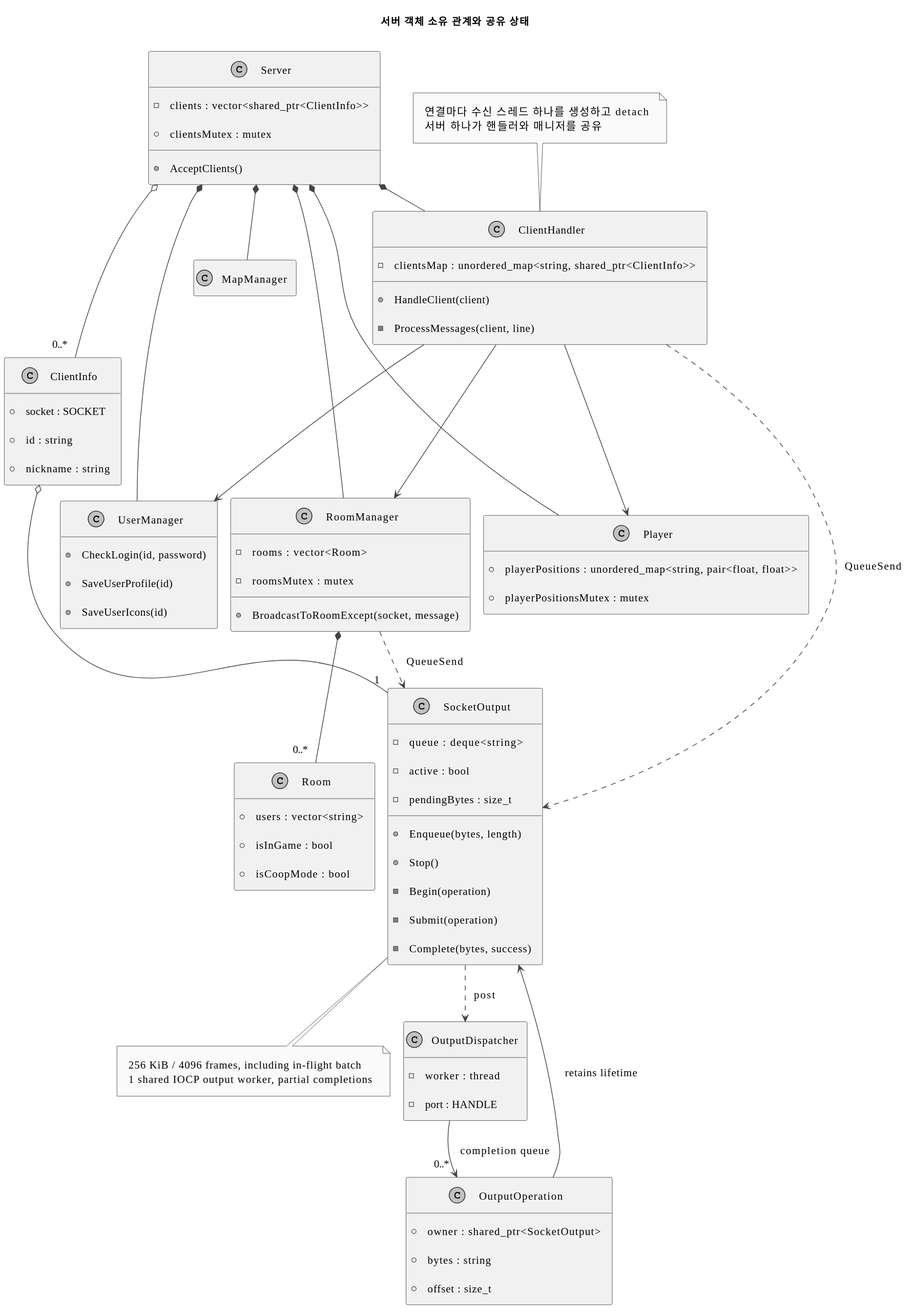
The PlantUML diagram docs/engineering/diagrams/server-classes-ko.svg in YSL-RyuDo/BnBServer, before a commit.
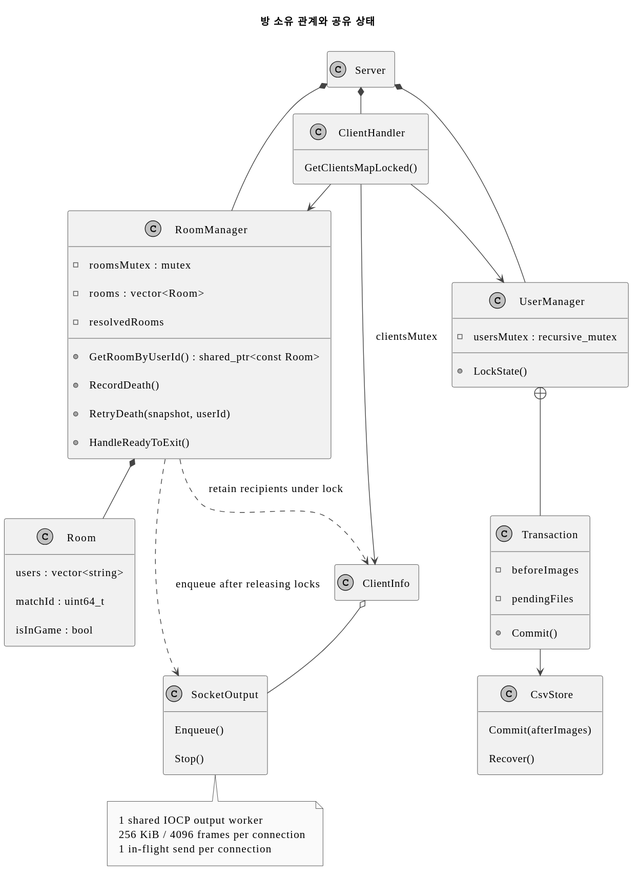
Later version of the same file.

Change to the diagram source:
```diff
@@ -9,83 +9,59 @@
 skinparam Padding 10
 skinparam sequenceMessageAlign center
 hide footbox
-title 서버 객체 소유 관계와 공유 상태
+title 방 소유 관계와 공유 상태
 hide empty members
-class Server {
-  - clients : vector<shared_ptr<ClientInfo>>
-  + clientsMutex : mutex
-  + AcceptClients()
-}
+class Server
 class ClientHandler {
-  - clientsMap : unordered_map<string, shared_ptr<ClientInfo>>
-  + HandleClient(client)
-  - ProcessMessages(client, line)
-}
-class ClientInfo {
-  + socket : SOCKET
-  + id : string
-  + nickname : string
+  GetClientsMapLocked()
 }
 class RoomManager {
+  - roomsMutex : mutex
   - rooms : vector<Room>
-  - roomsMutex : mutex
-  + BroadcastToRoomExcept(socket, message)
+  - resolvedRooms
+  + GetRoomByUserId() : shared_ptr<const Room>
+  + RecordDeath()
+  + RetryDeath(snapshot, userId)
+  + HandleReadyToExit()
 }
 class Room {
-  + users : vector<string>
-  + isInGame : bool
-  + isCoopMode : bool
+  users : vector<string>
+  matchId : uint64_t
+  isInGame : bool
 }
 class UserManager {
-  + CheckLogin(id, password)
-  + SaveUserProfile(id)
-  + SaveUserIcons(id)
+  - usersMutex : recursive_mutex
+  + LockState()
 }
-class Player {
-  + playerPositions : unordered_map<string, pair<float, float>>
-  + playerPositionsMutex : mutex
+class Transaction {
+  - beforeImages
+  - pendingFiles
+  + Commit()
+}
+class CsvStore {
+  Commit(afterImages)
+  Recover()
+}
+class ClientInfo
+class SocketOutput {
+  Enqueue()
+  Stop()
 }
 Server *-- ClientHandler
 Server *-- RoomManager
 Server *-- UserManager
-Server *-- Player
-Server *-- MapManager
-Server o-- "0..*" ClientInfo
+RoomManager *-- Room
 ClientHandler --> RoomManager
 ClientHandler --> UserManager
-ClientHandler --> Player
-RoomManager *-- "0..*" Room
-note top of ClientHandler
-연결마다 수신 스레드 하나를 생성하고 detach
-서버 하나가 핸들러와 매니저를 공유
+UserManager +-- Transaction
+Transaction --> CsvStore
+ClientInfo o-- SocketOutput
+RoomManager ..> ClientInfo : retain recipients under lock
+RoomManager ..> SocketOutput : enqueue after releasing locks
+ClientHandler --> ClientInfo : clientsMutex
+note bottom of SocketOutput
+1 shared IOCP output worker
+256 KiB / 4096 frames per connection
+1 in-flight send per connection
 end note
-class SocketOutput {
-  - queue : deque<string>
-  - active : bool
-  - pendingBytes : size_t
-  + Enqueue(bytes, length)
-  + Stop()
-  - Begin(operation)
-  - Submit(operation)
-  - Complete(bytes, success)
-}
-ClientInfo o-- "1" SocketOutput
-ClientHandler ..> SocketOutput : QueueSend
-RoomManager ..> SocketOutput : QueueSend
-note bottom of SocketOutput
-256 KiB / 4096 frames, including in-flight batch
-1 shared IOCP output worker, partial completions
-end note
-class OutputDispatcher {
-  - worker : thread
-  - port : HANDLE
-}
-class OutputOperation {
-  + owner : shared_ptr<SocketOutput>
-  + bytes : string
-  + offset : size_t
-}
-OutputDispatcher --> "0..*" OutputOperation : completion queue
-OutputOperation --> SocketOutput : retains lifetime
-SocketOutput ..> OutputDispatcher : post
 @enduml
```
